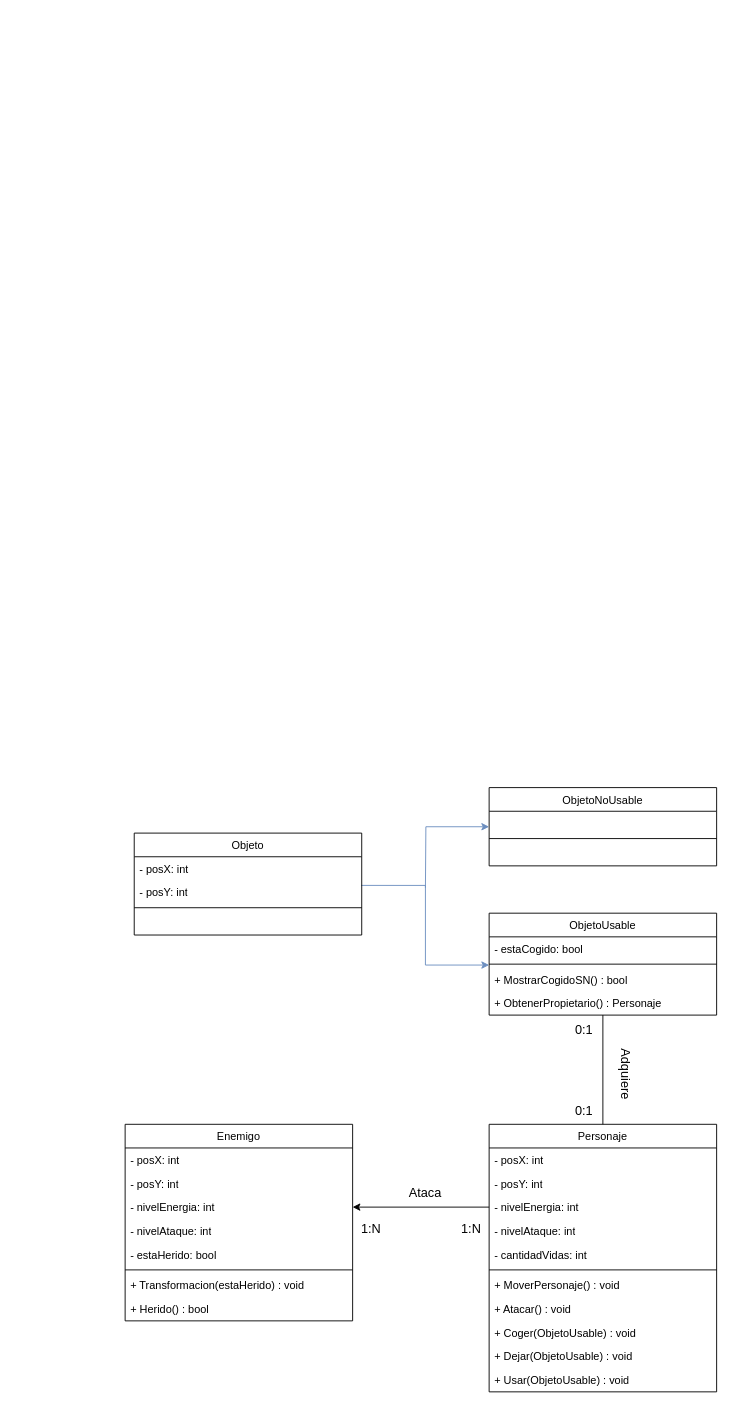
The draw.io diagram DEVELOPMENT ENVIRONMENT/PRÁCTICA 7.1/Ejercicio 5.drawio in SerDieFer/1-DAW, before the edit. Source tidied: cells renumbered, new cells numbered last; positions are measured from the earlier drawing's top-left corner, leaving out a move shared by most shapes. Both pictures are drawn from the tidied source at 91%, with x=0, y=0 at pixel (125, 787).
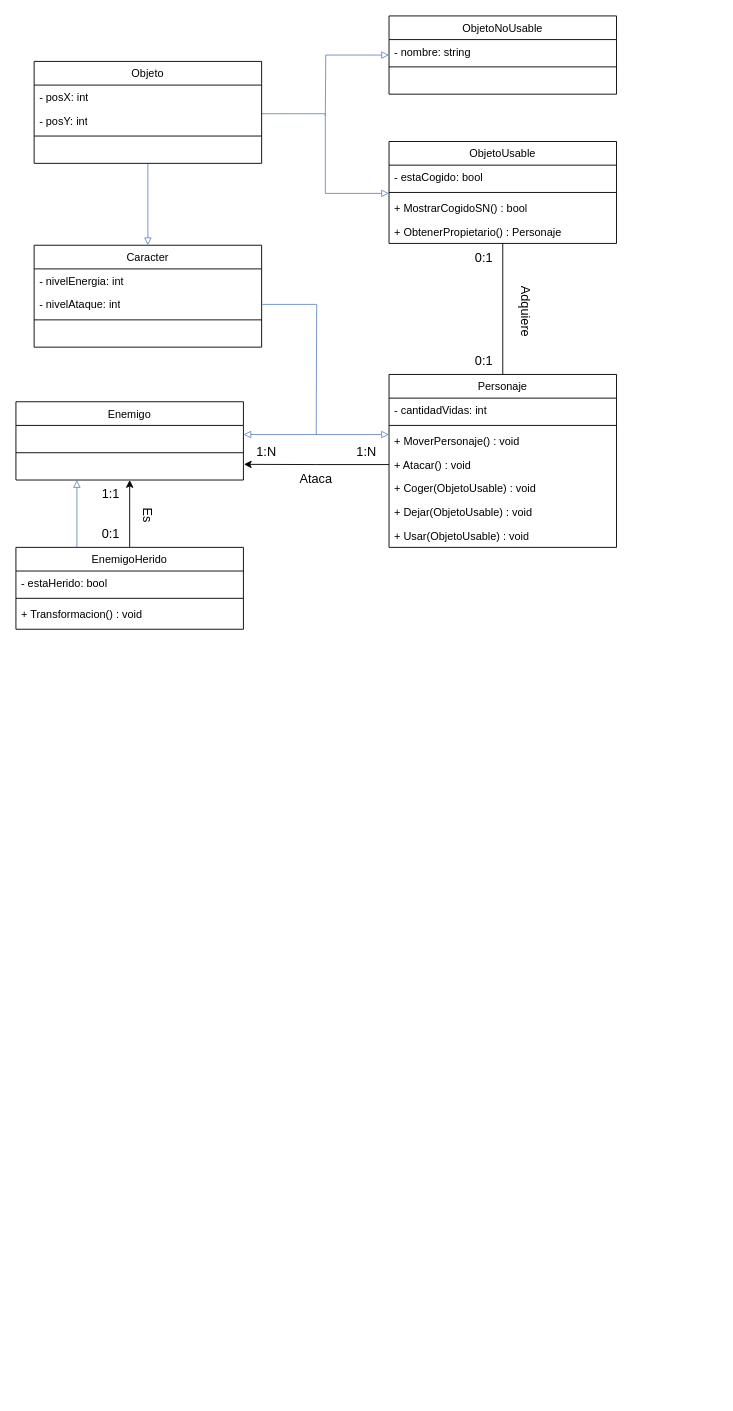
After the change.

Unchanged cells that the change refers to:
```xml
<mxCell id="30" style="line;strokeWidth=1;fillColor=none;align=left;verticalAlign=middle;spacingTop=-1;spacingLeft=3;spacingRight=3;labelPosition=right;points=[];portConstraint=eastwest;strokeColor=inherit;" parent="28" vertex="1">
  <mxGeometry y="52" width="250" height="8" as="geometry" />
</mxCell>
<mxCell id="44" value="- posY: int" style="text;strokeColor=none;fillColor=none;align=left;verticalAlign=top;spacingLeft=4;spacingRight=4;overflow=hidden;points=[[0,0.5],[1,0.5]];portConstraint=eastwest;whiteSpace=wrap;html=1;" parent="42" vertex="1">
  <mxGeometry y="52" width="250" height="26" as="geometry" />
</mxCell>
```

What changed in the source:
```diff
@@
     <mxCell id="2" value="&lt;span style=&quot;font-weight: normal;&quot;&gt;Personaje&lt;/span&gt;" style="swimlane;fontStyle=1;align=center;verticalAlign=top;horizontal=1;startSize=26;whiteSpace=wrap;html=1;" parent="1" vertex="1">
-      <mxGeometry x="400" y="370" width="250" height="294" as="geometry" />
+      <mxGeometry x="290" y="-454" width="250" height="190" as="geometry" />
     </mxCell>
-    <mxCell id="3" value="- posX: int" style="text;strokeColor=none;fillColor=none;align=left;verticalAlign=top;spacingLeft=4;spacingRight=4;overflow=hidden;whiteSpace=wrap;html=1;" parent="2" vertex="1">
-      <mxGeometry y="26" width="250" height="26" as="geometry" />
-    </mxCell>
-    <mxCell id="4" value="- posY: int" style="text;strokeColor=none;fillColor=none;align=left;verticalAlign=top;spacingLeft=4;spacingRight=4;overflow=hidden;whiteSpace=wrap;html=1;" parent="2" vertex="1">
-      <mxGeometry y="52" width="250" height="26" as="geometry" />
-    </mxCell>
-    <mxCell id="5" value="- nivelEnergia: int" style="text;strokeColor=none;fillColor=none;align=left;verticalAlign=top;spacingLeft=4;spacingRight=4;overflow=hidden;points=[[0,0.5],[1,0.5]];portConstraint=eastwest;whiteSpace=wrap;html=1;" parent="2" vertex="1">
-      <mxGeometry y="78" width="250" height="26" as="geometry" />
-    </mxCell>
-    <mxCell id="6" value="- nivelAtaque: int" style="text;strokeColor=none;fillColor=none;align=left;verticalAlign=top;spacingLeft=4;spacingRight=4;overflow=hidden;whiteSpace=wrap;html=1;" parent="2" vertex="1">
-      <mxGeometry y="104" width="250" height="26" as="geometry" />
-    </mxCell>
     <mxCell id="7" value="- cantidadVidas: int" style="text;strokeColor=none;fillColor=none;align=left;verticalAlign=top;spacingLeft=4;spacingRight=4;overflow=hidden;whiteSpace=wrap;html=1;" parent="2" vertex="1">
-      <mxGeometry y="130" width="250" height="26" as="geometry" />
+      <mxGeometry y="26" width="250" height="26" as="geometry" />
     </mxCell>
     <mxCell id="8" style="line;strokeWidth=1;fillColor=none;align=left;verticalAlign=middle;spacingTop=-1;spacingLeft=3;spacingRight=3;labelPosition=right;strokeColor=inherit;" parent="2" vertex="1">
-      <mxGeometry y="156" width="250" height="8" as="geometry" />
+      <mxGeometry y="52" width="250" height="8" as="geometry" />
     </mxCell>
     <mxCell id="9" value="+ MoverPersonaje() : void" style="text;strokeColor=none;fillColor=none;align=left;verticalAlign=top;spacingLeft=4;spacingRight=4;overflow=hidden;whiteSpace=wrap;html=1;" parent="2" vertex="1">
-      <mxGeometry y="164" width="250" height="26" as="geometry" />
+      <mxGeometry y="60" width="250" height="26" as="geometry" />
     </mxCell>
     <mxCell id="10" value="+ Atacar() : void" style="text;strokeColor=none;fillColor=none;align=left;verticalAlign=top;spacingLeft=4;spacingRight=4;overflow=hidden;points=[[0,0.5],[1,0.5]];portConstraint=eastwest;whiteSpace=wrap;html=1;" parent="2" vertex="1">
-      <mxGeometry y="190" width="250" height="26" as="geometry" />
+      <mxGeometry y="86" width="250" height="26" as="geometry" />
     </mxCell>
     <mxCell id="11" value="+ Coger(ObjetoUsable) : void" style="text;strokeColor=none;fillColor=none;align=left;verticalAlign=top;spacingLeft=4;spacingRight=4;overflow=hidden;whiteSpace=wrap;html=1;" parent="2" vertex="1">
-      <mxGeometry y="216" width="250" height="26" as="geometry" />
+      <mxGeometry y="112" width="250" height="26" as="geometry" />
     </mxCell>
     <mxCell id="12" value="+ Dejar(ObjetoUsable) : void" style="text;strokeColor=none;fillColor=none;align=left;verticalAlign=top;spacingLeft=4;spacingRight=4;overflow=hidden;whiteSpace=wrap;html=1;" parent="2" vertex="1">
-      <mxGeometry y="242" width="250" height="26" as="geometry" />
+      <mxGeometry y="138" width="250" height="26" as="geometry" />
     </mxCell>
     <mxCell id="13" value="+ Usar(ObjetoUsable) : void" style="text;strokeColor=none;fillColor=none;align=left;verticalAlign=top;spacingLeft=4;spacingRight=4;overflow=hidden;whiteSpace=wrap;html=1;" parent="2" vertex="1">
-      <mxGeometry y="268" width="250" height="26" as="geometry" />
+      <mxGeometry y="164" width="250" height="26" as="geometry" />
     </mxCell>
+    <mxCell id="47" style="edgeStyle=orthogonalEdgeStyle;rounded=0;jettySize=auto;html=1;entryX=0.5;entryY=0;entryDx=0;entryDy=0;endArrow=none;endFill=0;startArrow=classic;startFill=1;" parent="1" edge="1" source="14" target="57">
+      <mxGeometry relative="1" as="geometry" />
+    </mxCell>
     <mxCell id="14" value="&lt;span style=&quot;font-weight: normal;&quot;&gt;Enemigo&lt;/span&gt;" style="swimlane;fontStyle=1;align=center;verticalAlign=top;horizontal=1;startSize=26;whiteSpace=wrap;html=1;" parent="1" vertex="1">
-      <mxGeometry y="370" width="250" height="216" as="geometry" />
+      <mxGeometry x="-120" y="-424" width="250" height="86" as="geometry" />
     </mxCell>
-    <mxCell id="15" value="- posX: int" style="text;strokeColor=none;fillColor=none;align=left;verticalAlign=top;spacingLeft=4;spacingRight=4;overflow=hidden;whiteSpace=wrap;html=1;" parent="14" vertex="1">
-      <mxGeometry y="26" width="250" height="26" as="geometry" />
-    </mxCell>
-    <mxCell id="16" value="- posY: int" style="text;strokeColor=none;fillColor=none;align=left;verticalAlign=top;spacingLeft=4;spacingRight=4;overflow=hidden;whiteSpace=wrap;html=1;" parent="14" vertex="1">
-      <mxGeometry y="52" width="250" height="26" as="geometry" />
-    </mxCell>
-    <mxCell id="17" value="- nivelEnergia: int" style="text;strokeColor=none;fillColor=none;align=left;verticalAlign=top;spacingLeft=4;spacingRight=4;overflow=hidden;points=[[0,0.5],[1,0.5]];portConstraint=eastwest;whiteSpace=wrap;html=1;" parent="14" vertex="1">
-      <mxGeometry y="78" width="250" height="26" as="geometry" />
-    </mxCell>
-    <mxCell id="18" value="- nivelAtaque: int" style="text;strokeColor=none;fillColor=none;align=left;verticalAlign=top;spacingLeft=4;spacingRight=4;overflow=hidden;whiteSpace=wrap;html=1;" parent="14" vertex="1">
-      <mxGeometry y="104" width="250" height="26" as="geometry" />
-    </mxCell>
-    <mxCell id="19" value="- estaHerido: bool" style="text;strokeColor=none;fillColor=none;align=left;verticalAlign=top;spacingLeft=4;spacingRight=4;overflow=hidden;whiteSpace=wrap;html=1;" parent="14" vertex="1">
-      <mxGeometry y="130" width="250" height="26" as="geometry" />
+    <mxCell id="19" value="&amp;nbsp;" style="text;strokeColor=none;fillColor=none;align=left;verticalAlign=top;spacingLeft=4;spacingRight=4;overflow=hidden;whiteSpace=wrap;html=1;" parent="14" vertex="1">
+      <mxGeometry y="26" width="250" height="26" as="geometry" />
     </mxCell>
     <mxCell id="20" style="line;strokeWidth=1;fillColor=none;align=left;verticalAlign=middle;spacingTop=-1;spacingLeft=3;spacingRight=3;labelPosition=right;strokeColor=inherit;" parent="14" vertex="1">
-      <mxGeometry y="156" width="250" height="8" as="geometry" />
+      <mxGeometry y="52" width="250" height="8" as="geometry" />
     </mxCell>
-    <mxCell id="21" value="+ Transformacion(estaHerido) : void" style="text;strokeColor=none;fillColor=none;align=left;verticalAlign=top;spacingLeft=4;spacingRight=4;overflow=hidden;whiteSpace=wrap;html=1;" parent="14" vertex="1">
-      <mxGeometry y="164" width="250" height="26" as="geometry" />
-    </mxCell>
-    <mxCell id="22" value="+ Herido() : bool" style="text;strokeColor=none;fillColor=none;align=left;verticalAlign=top;spacingLeft=4;spacingRight=4;overflow=hidden;points=[[0,0.5],[1,0.5]];portConstraint=eastwest;whiteSpace=wrap;html=1;" parent="14" vertex="1">
-      <mxGeometry y="190" width="250" height="26" as="geometry" />
+    <mxCell id="22" value="&amp;nbsp;" style="text;strokeColor=none;fillColor=none;align=left;verticalAlign=top;spacingLeft=4;spacingRight=4;overflow=hidden;points=[[0,0.5],[1,0.5]];portConstraint=eastwest;whiteSpace=wrap;html=1;" parent="14" vertex="1">
+      <mxGeometry y="60" width="250" height="26" as="geometry" />
     </mxCell>
-    <mxCell id="23" style="edgeStyle=orthogonalEdgeStyle;rounded=0;jettySize=auto;html=1;entryX=1;entryY=0.5;entryDx=0;entryDy=0;" parent="1" edge="1" source="5" target="17">
-      <mxGeometry relative="1" as="geometry" />
-    </mxCell>
     <mxCell id="24" value="&lt;font style=&quot;font-size: 14px;&quot;&gt;Ataca&lt;/font&gt;" style="text;html=1;align=center;verticalAlign=middle;whiteSpace=wrap;rounded=0;" parent="1" vertex="1">
-      <mxGeometry x="300" y="430" width="60" height="30" as="geometry" />
+      <mxGeometry x="180" y="-354" width="60" height="30" as="geometry" />
     </mxCell>
     <mxCell id="25" value="1:N" style="text;html=1;align=center;verticalAlign=middle;strokeColor=none;fillColor=none;fontSize=14;" parent="1" vertex="1">
-      <mxGeometry x="245" y="470" width="50" height="30" as="geometry" />
+      <mxGeometry x="130" y="-384" width="50" height="30" as="geometry" />
     </mxCell>
     <mxCell id="26" value="1:N" style="text;html=1;align=center;verticalAlign=middle;strokeColor=none;fillColor=none;fontSize=14;" parent="1" vertex="1">
-      <mxGeometry x="355" y="470" width="50" height="30" as="geometry" />
+      <mxGeometry x="240" y="-384" width="50" height="30" as="geometry" />
     </mxCell>
@@
     <mxCell id="28" value="&lt;span style=&quot;font-weight: normal;&quot;&gt;ObjetoUsable&lt;/span&gt;" style="swimlane;fontStyle=1;align=center;verticalAlign=top;horizontal=1;startSize=26;whiteSpace=wrap;html=1;" parent="1" vertex="1">
-      <mxGeometry x="400" y="138" width="250" height="112" as="geometry" />
+      <mxGeometry x="290" y="-710" width="250" height="112" as="geometry" />
     </mxCell>
@@
     <mxCell id="33" value="&lt;font style=&quot;font-size: 14px;&quot;&gt;Adquiere&lt;/font&gt;" style="text;html=1;align=center;verticalAlign=middle;whiteSpace=wrap;rounded=0;rotation=90;" parent="1" vertex="1">
-      <mxGeometry x="520" y="300" width="60" height="30" as="geometry" />
+      <mxGeometry x="410" y="-538" width="60" height="30" as="geometry" />
     </mxCell>
     <mxCell id="34" value="0:1" style="text;html=1;align=center;verticalAlign=middle;strokeColor=none;fillColor=none;fontSize=14;" parent="1" vertex="1">
-      <mxGeometry x="484" y="251" width="40" height="30" as="geometry" />
+      <mxGeometry x="374" y="-597" width="40" height="30" as="geometry" />
     </mxCell>
     <mxCell id="35" value="0:1" style="text;html=1;align=center;verticalAlign=middle;strokeColor=none;fillColor=none;fontSize=14;" parent="1" vertex="1">
-      <mxGeometry x="484" y="340" width="40" height="30" as="geometry" />
+      <mxGeometry x="374" y="-484" width="40" height="30" as="geometry" />
     </mxCell>
-    <mxCell id="36" style="edgeStyle=orthogonalEdgeStyle;rounded=0;jettySize=auto;html=1;entryX=0;entryY=0.625;entryDx=0;entryDy=0;entryPerimeter=0;fillColor=#dae8fc;gradientColor=#7ea6e0;strokeColor=#6c8ebf;exitX=0.998;exitY=0.21;exitDx=0;exitDy=0;exitPerimeter=0;" parent="1" edge="1" source="44" target="30">
+    <mxCell id="36" style="edgeStyle=orthogonalEdgeStyle;rounded=0;jettySize=auto;html=1;entryX=0;entryY=0.625;entryDx=0;entryDy=0;entryPerimeter=0;fillColor=#dae8fc;gradientColor=#7ea6e0;strokeColor=#6c8ebf;exitX=0.998;exitY=0.21;exitDx=0;exitDy=0;exitPerimeter=0;endArrow=block;endFill=0;" parent="1" edge="1" source="44" target="30">
       <mxGeometry relative="1" as="geometry" />
     </mxCell>
-    <mxCell id="37" style="edgeStyle=orthogonalEdgeStyle;rounded=0;jettySize=auto;html=1;endArrow=none;endFill=0;fillColor=#dae8fc;strokeColor=#6c8ebf;gradientColor=#7ea6e0;startArrow=classic;startFill=1;" parent="1" edge="1" source="38">
+    <mxCell id="37" style="edgeStyle=orthogonalEdgeStyle;rounded=0;jettySize=auto;html=1;endArrow=none;endFill=0;fillColor=#dae8fc;strokeColor=#6c8ebf;gradientColor=#7ea6e0;startArrow=block;startFill=0;" parent="1" edge="1" source="38">
       <mxGeometry relative="1" as="geometry">
-        <mxPoint x="330" y="110" as="targetPoint" />
+        <mxPoint x="220" y="-738" as="targetPoint" />
       </mxGeometry>
     </mxCell>
     <mxCell id="38" value="&lt;span style=&quot;font-weight: normal;&quot;&gt;ObjetoNoUsable&lt;/span&gt;" style="swimlane;fontStyle=1;align=center;verticalAlign=top;horizontal=1;startSize=26;whiteSpace=wrap;html=1;" parent="1" vertex="1">
-      <mxGeometry x="400" width="250" height="86" as="geometry" />
+      <mxGeometry x="290" y="-848" width="250" height="86" as="geometry" />
     </mxCell>
-    <mxCell id="39" value="&amp;nbsp;" style="text;strokeColor=none;fillColor=none;align=left;verticalAlign=top;spacingLeft=4;spacingRight=4;overflow=hidden;whiteSpace=wrap;html=1;" parent="38" vertex="1">
+    <mxCell id="39" value="- nombre: string" style="text;strokeColor=none;fillColor=none;align=left;verticalAlign=top;spacingLeft=4;spacingRight=4;overflow=hidden;whiteSpace=wrap;html=1;" parent="38" vertex="1">
       <mxGeometry y="26" width="250" height="26" as="geometry" />
     </mxCell>
@@
+    <mxCell id="48" style="edgeStyle=orthogonalEdgeStyle;rounded=0;jettySize=auto;html=1;entryX=0.5;entryY=0;entryDx=0;entryDy=0;endArrow=block;endFill=0;fillColor=#dae8fc;gradientColor=#7ea6e0;strokeColor=#6c8ebf;" parent="1" edge="1" source="42" target="49">
+      <mxGeometry relative="1" as="geometry" />
+    </mxCell>
     <mxCell id="42" value="&lt;span style=&quot;font-weight: normal;&quot;&gt;Objeto&lt;/span&gt;" style="swimlane;fontStyle=1;align=center;verticalAlign=top;horizontal=1;startSize=26;whiteSpace=wrap;html=1;" parent="1" vertex="1">
-      <mxGeometry x="10" y="50" width="250" height="112" as="geometry" />
+      <mxGeometry x="-100" y="-798" width="250" height="112" as="geometry" />
     </mxCell>
@@
+    <mxCell id="49" value="&lt;span style=&quot;font-weight: normal;&quot;&gt;Caracter&lt;/span&gt;" style="swimlane;fontStyle=1;align=center;verticalAlign=top;horizontal=1;startSize=26;whiteSpace=wrap;html=1;" parent="1" vertex="1">
+      <mxGeometry x="-100" y="-596" width="250" height="112" as="geometry" />
+    </mxCell>
+    <mxCell id="50" value="- nivelEnergia: int" style="text;strokeColor=none;fillColor=none;align=left;verticalAlign=top;spacingLeft=4;spacingRight=4;overflow=hidden;whiteSpace=wrap;html=1;" parent="49" vertex="1">
+      <mxGeometry y="26" width="250" height="26" as="geometry" />
+    </mxCell>
+    <mxCell id="51" style="edgeStyle=orthogonalEdgeStyle;rounded=0;jettySize=auto;html=1;endArrow=none;endFill=0;fillColor=#dae8fc;gradientColor=#7ea6e0;strokeColor=#6c8ebf;" parent="49" edge="1" source="52">
+      <mxGeometry relative="1" as="geometry">
+        <mxPoint x="310" y="208" as="targetPoint" />
+      </mxGeometry>
+    </mxCell>
+    <mxCell id="52" value="- nivelAtaque: int" style="text;strokeColor=none;fillColor=none;align=left;verticalAlign=top;spacingLeft=4;spacingRight=4;overflow=hidden;points=[[0,0.5],[1,0.5]];portConstraint=eastwest;whiteSpace=wrap;html=1;" parent="49" vertex="1">
+      <mxGeometry y="52" width="250" height="26" as="geometry" />
+    </mxCell>
+    <mxCell id="53" style="line;strokeWidth=1;fillColor=none;align=left;verticalAlign=middle;spacingTop=-1;spacingLeft=3;spacingRight=3;labelPosition=right;strokeColor=inherit;" parent="49" vertex="1">
+      <mxGeometry y="78" width="250" height="8" as="geometry" />
+    </mxCell>
+    <mxCell id="54" value="&amp;nbsp;" style="text;strokeColor=none;fillColor=none;align=left;verticalAlign=top;spacingLeft=4;spacingRight=4;overflow=hidden;whiteSpace=wrap;html=1;" parent="49" vertex="1">
+      <mxGeometry y="86" width="250" height="26" as="geometry" />
+    </mxCell>
+    <mxCell id="55" style="edgeStyle=orthogonalEdgeStyle;rounded=0;orthogonalLoop=1;jettySize=auto;html=1;endArrow=block;endFill=0;fillColor=#dae8fc;gradientColor=#7ea6e0;strokeColor=#6c8ebf;startArrow=block;startFill=0;" parent="1" edge="1">
+      <mxGeometry relative="1" as="geometry">
+        <mxPoint x="130" y="-388" as="sourcePoint" />
+        <mxPoint x="290" y="-388" as="targetPoint" />
+      </mxGeometry>
+    </mxCell>
+    <mxCell id="56" style="edgeStyle=orthogonalEdgeStyle;rounded=0;orthogonalLoop=1;jettySize=auto;html=1;entryX=0.5;entryY=1;entryDx=0;entryDy=0;endArrow=block;endFill=0;fillColor=#dae8fc;gradientColor=#7ea6e0;strokeColor=#6c8ebf;" parent="1" edge="1">
+      <mxGeometry relative="1" as="geometry">
+        <mxPoint x="-53" y="-264" as="sourcePoint" />
+        <mxPoint x="-53" y="-338" as="targetPoint" />
+      </mxGeometry>
+    </mxCell>
+    <mxCell id="57" value="&lt;span style=&quot;font-weight: 400;&quot;&gt;EnemigoHerido&lt;/span&gt;" style="swimlane;fontStyle=1;align=center;verticalAlign=top;horizontal=1;startSize=26;whiteSpace=wrap;html=1;" parent="1" vertex="1">
+      <mxGeometry x="-120" y="-264" width="250" height="90" as="geometry" />
+    </mxCell>
+    <mxCell id="58" value="- estaHerido: bool" style="text;strokeColor=none;fillColor=none;align=left;verticalAlign=top;spacingLeft=4;spacingRight=4;overflow=hidden;whiteSpace=wrap;html=1;" parent="57" vertex="1">
+      <mxGeometry y="26" width="250" height="26" as="geometry" />
+    </mxCell>
+    <mxCell id="59" style="line;strokeWidth=1;fillColor=none;align=left;verticalAlign=middle;spacingTop=-1;spacingLeft=3;spacingRight=3;labelPosition=right;strokeColor=inherit;" parent="57" vertex="1">
+      <mxGeometry y="52" width="250" height="8" as="geometry" />
+    </mxCell>
+    <mxCell id="60" value="+ Transformacion() : void" style="text;strokeColor=none;fillColor=none;align=left;verticalAlign=top;spacingLeft=4;spacingRight=4;overflow=hidden;whiteSpace=wrap;html=1;" parent="57" vertex="1">
+      <mxGeometry y="60" width="250" height="30" as="geometry" />
+    </mxCell>
+    <mxCell id="61" style="edgeStyle=orthogonalEdgeStyle;rounded=0;jettySize=auto;html=1;entryX=1.002;entryY=0.338;entryDx=0;entryDy=0;entryPerimeter=0;" parent="1" edge="1" source="10" target="22">
+      <mxGeometry relative="1" as="geometry" />
+    </mxCell>
+    <mxCell id="62" value="&lt;span style=&quot;font-size: 14px;&quot;&gt;Es&lt;/span&gt;" style="text;html=1;align=center;verticalAlign=middle;whiteSpace=wrap;rounded=0;rotation=90;" parent="1" vertex="1">
+      <mxGeometry x="-5" y="-314" width="60" height="30" as="geometry" />
+    </mxCell>
+    <mxCell id="63" value="1:1" style="text;html=1;align=center;verticalAlign=middle;strokeColor=none;fillColor=none;fontSize=14;" parent="1" vertex="1">
+      <mxGeometry x="-36" y="-338" width="40" height="30" as="geometry" />
+    </mxCell>
+    <mxCell id="64" value="0:1" style="text;html=1;align=center;verticalAlign=middle;strokeColor=none;fillColor=none;fontSize=14;" parent="1" vertex="1">
+      <mxGeometry x="-36" y="-294" width="40" height="30" as="geometry" />
+    </mxCell>
```
